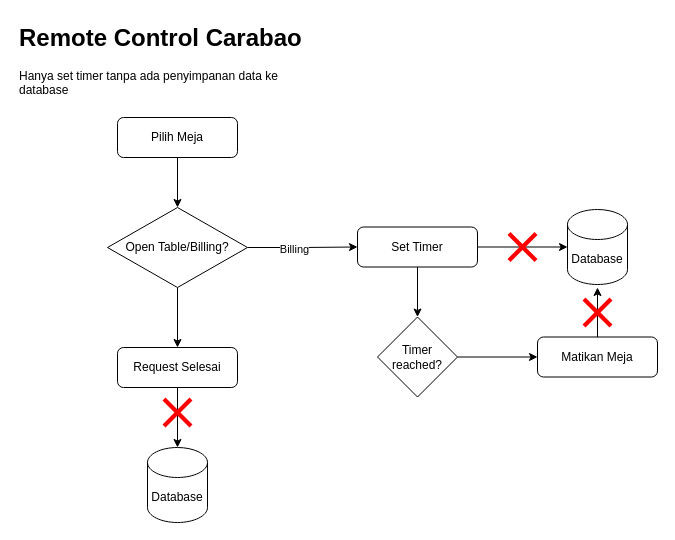
The draw.io diagram QF Pool.drawio in marviano/QF-Pool-FlowChart, before the edit. Source tidied: cells renumbered, new cells numbered last; positions are measured from the earlier drawing's top-left corner, leaving out a move shared by most shapes. Both pictures are drawn from the tidied source at 100%, with x=0, y=0 at pixel (17, 17).
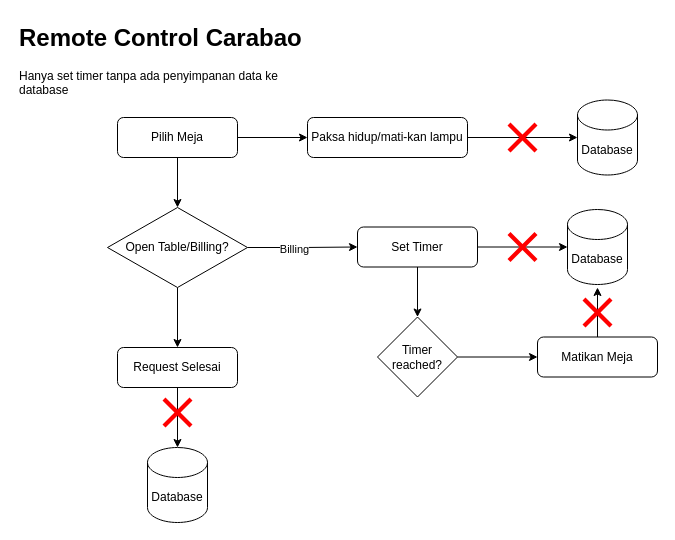
After the change.

Unchanged cells that the change refers to:
```xml
<mxCell id="3" value="Pilih Meja" style="rounded=1;whiteSpace=wrap;html=1;fontSize=12;glass=0;strokeWidth=1;shadow=0;" parent="1" vertex="1">
  <mxGeometry x="100" y="100" width="120" height="40" as="geometry" />
</mxCell>
```

The edit, as a diff of the source:
```diff
@@
+    <mxCell id="23" style="edgeStyle=orthogonalEdgeStyle;rounded=0;jettySize=auto;html=1;entryX=0;entryY=0.5;entryDx=0;entryDy=0;" parent="1" edge="1" source="3" target="24">
+      <mxGeometry relative="1" as="geometry" />
+    </mxCell>
@@
+    <mxCell id="24" value="Paksa hidup/mati-kan lampu" style="rounded=1;whiteSpace=wrap;html=1;" parent="1" vertex="1">
+      <mxGeometry x="290" y="100" width="160" height="40" as="geometry" />
+    </mxCell>
+    <mxCell id="25" value="Database" style="shape=cylinder3;whiteSpace=wrap;html=1;boundedLbl=1;backgroundOutline=1;size=15;" parent="1" vertex="1">
+      <mxGeometry x="560" y="82.5" width="60" height="75" as="geometry" />
+    </mxCell>
+    <mxCell id="26" style="edgeStyle=orthogonalEdgeStyle;rounded=0;jettySize=auto;html=1;entryX=0;entryY=0.5;entryDx=0;entryDy=0;entryPerimeter=0;" parent="1" edge="1" source="24" target="25">
+      <mxGeometry relative="1" as="geometry" />
+    </mxCell>
+    <mxCell id="27" style="shape=mxgraph.mockup.markup.redX;fillColor=#ff0000;html=1;shadow=0;whiteSpace=wrap;strokeColor=none;" parent="1" vertex="1">
+      <mxGeometry x="490" y="105" width="30" height="30" as="geometry" />
+    </mxCell>
```
